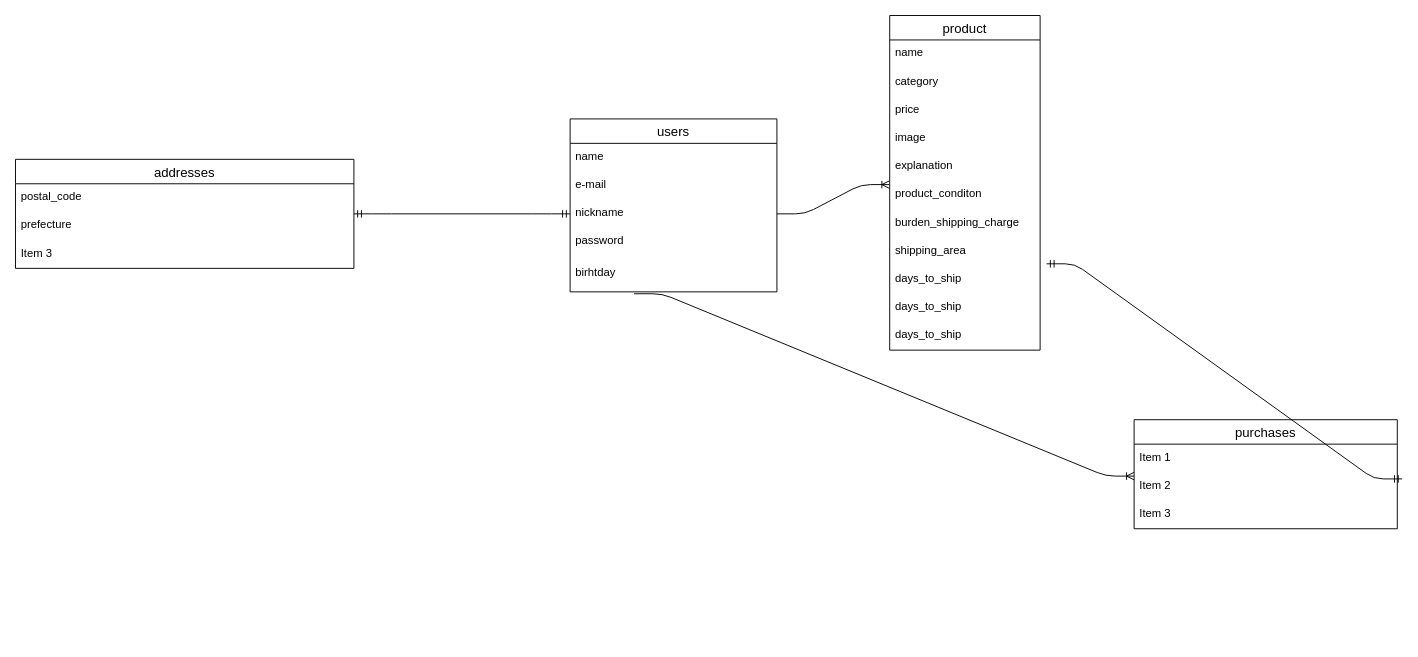
Earlier version of the draw.io diagram er.dio (keeee-a/furima-30960). Source tidied: cells renumbered, new cells numbered last; positions are measured from the earlier drawing's top-left corner, leaving out a move shared by most shapes. Both pictures are drawn from the tidied source at 94%, with x=0, y=0 at pixel (15, 15).
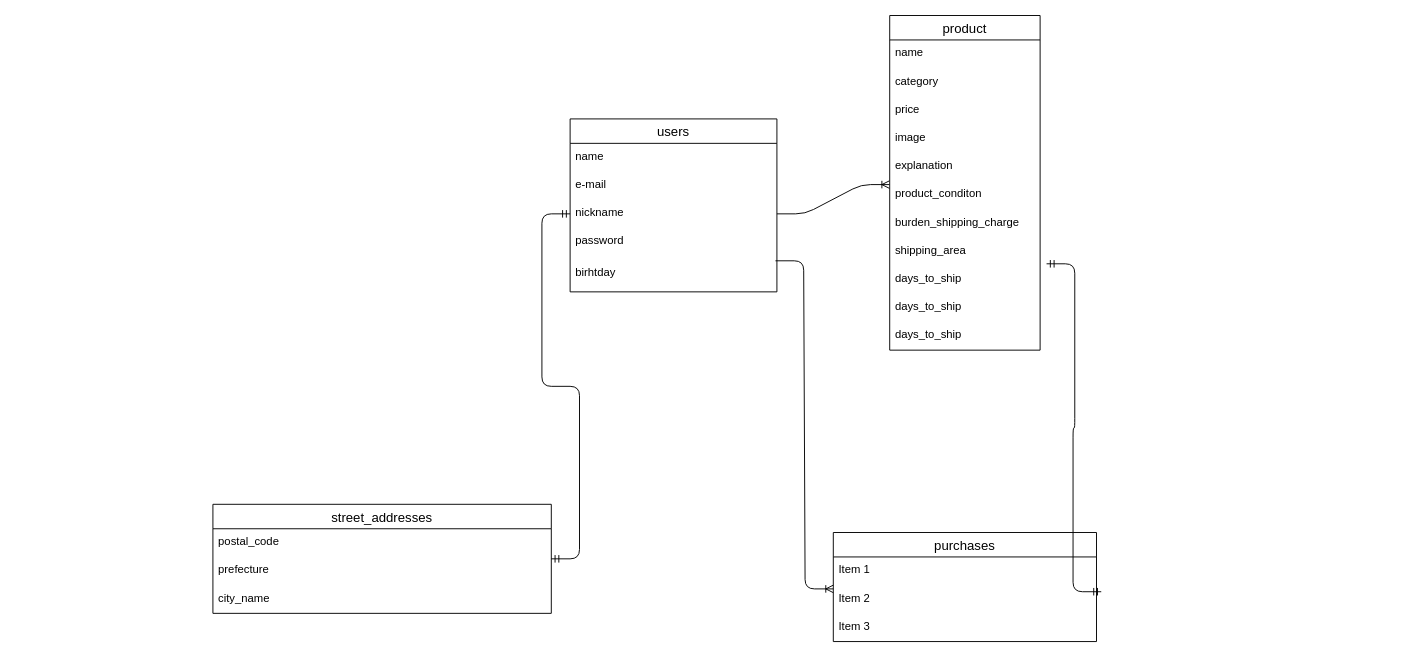
Above is the later version.

Commit message (it also covers changes not shown here):
データベース設計修正2

emailカラムに一意性制約付与
purchaseテーブルの修正
street_addressesテーブルのカラム追加、option変更、association消去

Unchanged cells that the change refers to:
```xml
<mxCell id="7" value="birhtday" style="text;strokeColor=none;fillColor=none;spacingLeft=4;spacingRight=4;overflow=hidden;points=[[0,0.5],[1,0.5]];portConstraint=eastwest;fontSize=12;" parent="2" vertex="1">
  <mxGeometry y="150" width="220" height="34" as="geometry" />
</mxCell>
<mxCell id="23" value="Item 2" style="text;strokeColor=none;fillColor=none;spacingLeft=4;spacingRight=4;overflow=hidden;points=[[0,0.5],[1,0.5]];portConstraint=eastwest;fontSize=12;" parent="21" vertex="1">
  <mxGeometry y="56" width="280" height="30" as="geometry" />
</mxCell>
```

The edit, as a diff of the source:
```diff
@@
     <mxCell id="21" value="purchases" style="swimlane;fontStyle=0;horizontal=1;startSize=26;align=center;fontSize=14;" parent="1" vertex="1">
-      <mxGeometry x="1190" y="430" width="280" height="116" as="geometry" />
+      <mxGeometry x="870" y="550" width="280" height="116" as="geometry" />
     </mxCell>
@@
-    <mxCell id="25" style="edgeStyle=entityRelationEdgeStyle;fontSize=12;html=1;endArrow=ERoneToMany;exitX=0.309;exitY=1.059;exitDx=0;exitDy=0;exitPerimeter=0;entryX=0;entryY=0.133;entryDx=0;entryDy=0;entryPerimeter=0;" parent="1" edge="1" source="7" target="23">
+    <mxCell id="25" style="edgeStyle=entityRelationEdgeStyle;fontSize=12;html=1;endArrow=ERoneToMany;exitX=0.993;exitY=0.028;exitDx=0;exitDy=0;exitPerimeter=0;entryX=0;entryY=0.133;entryDx=0;entryDy=0;entryPerimeter=0;" parent="1" edge="1" source="7" target="23">
       <mxGeometry relative="1" as="geometry" />
     </mxCell>
@@
-    <mxCell id="27" value="addresses" style="swimlane;fontStyle=0;horizontal=1;startSize=26;align=center;fontSize=14;" parent="1" vertex="1">
-      <mxGeometry y="153" width="360" height="116" as="geometry" />
+    <mxCell id="27" value="street_addresses" style="swimlane;fontStyle=0;horizontal=1;startSize=26;align=center;fontSize=14;" parent="1" vertex="1">
+      <mxGeometry x="210" y="520" width="360" height="116" as="geometry" />
     </mxCell>
@@
-    <mxCell id="30" value="Item 3" style="text;strokeColor=none;fillColor=none;spacingLeft=4;spacingRight=4;overflow=hidden;fontSize=12;" parent="27" vertex="1">
+    <mxCell id="30" value="city_name" style="text;strokeColor=none;fillColor=none;spacingLeft=4;spacingRight=4;overflow=hidden;fontSize=12;" parent="27" vertex="1">
       <mxGeometry y="86" width="360" height="30" as="geometry" />
     </mxCell>
```
